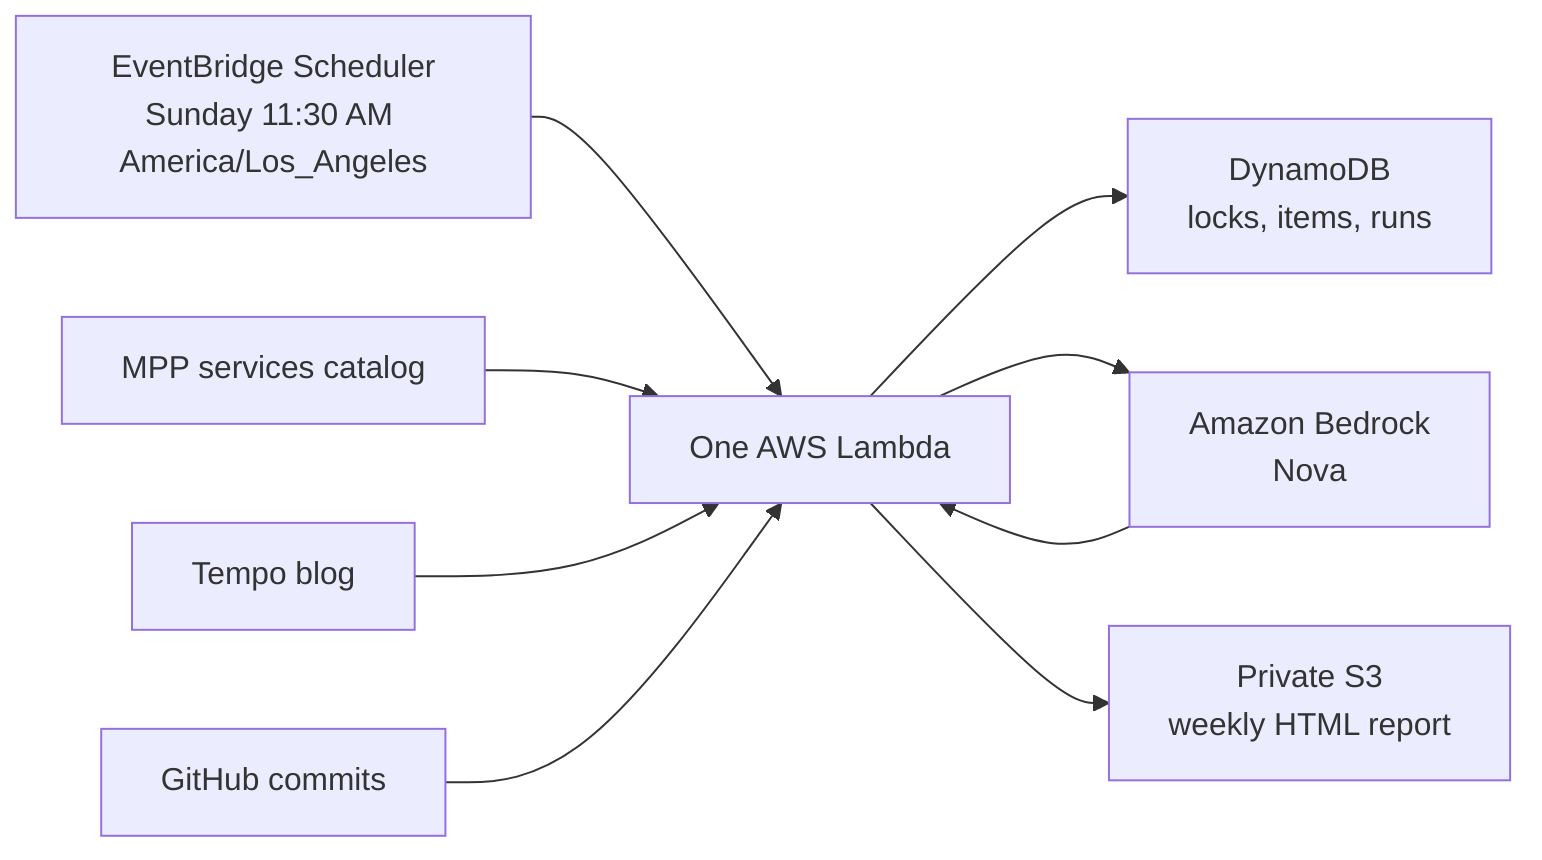
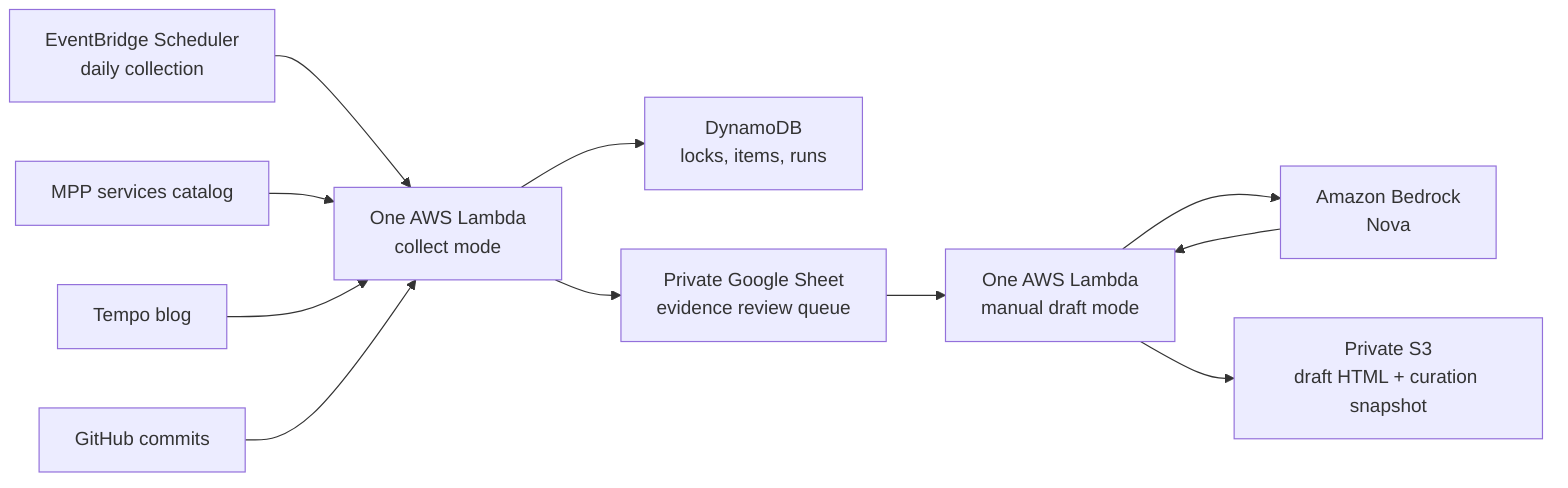
flowchart LR
-     A["EventBridge Scheduler<br/>Sunday 11:30 AM America/Los_Angeles"] --> B["One AWS Lambda"]
+     A["EventBridge Scheduler<br/>daily collection"] --> B["One AWS Lambda<br/>collect mode"]
    C["MPP services catalog"] --> B
    D["Tempo blog"] --> B
    E["GitHub commits"] --> B
    B --> F["DynamoDB<br/>locks, items, runs"]
-     B --> G["Amazon Bedrock<br/>Nova"]
-     G --> B
-     B --> H["Private S3<br/>weekly HTML report"]
+     B --> K["Private Google Sheet<br/>evidence review queue"]
+     K --> J["One AWS Lambda<br/>manual draft mode"]
+     J --> G["Amazon Bedrock<br/>Nova"]
+     G --> J
+     J --> H["Private S3<br/>draft HTML + curation snapshot"]
